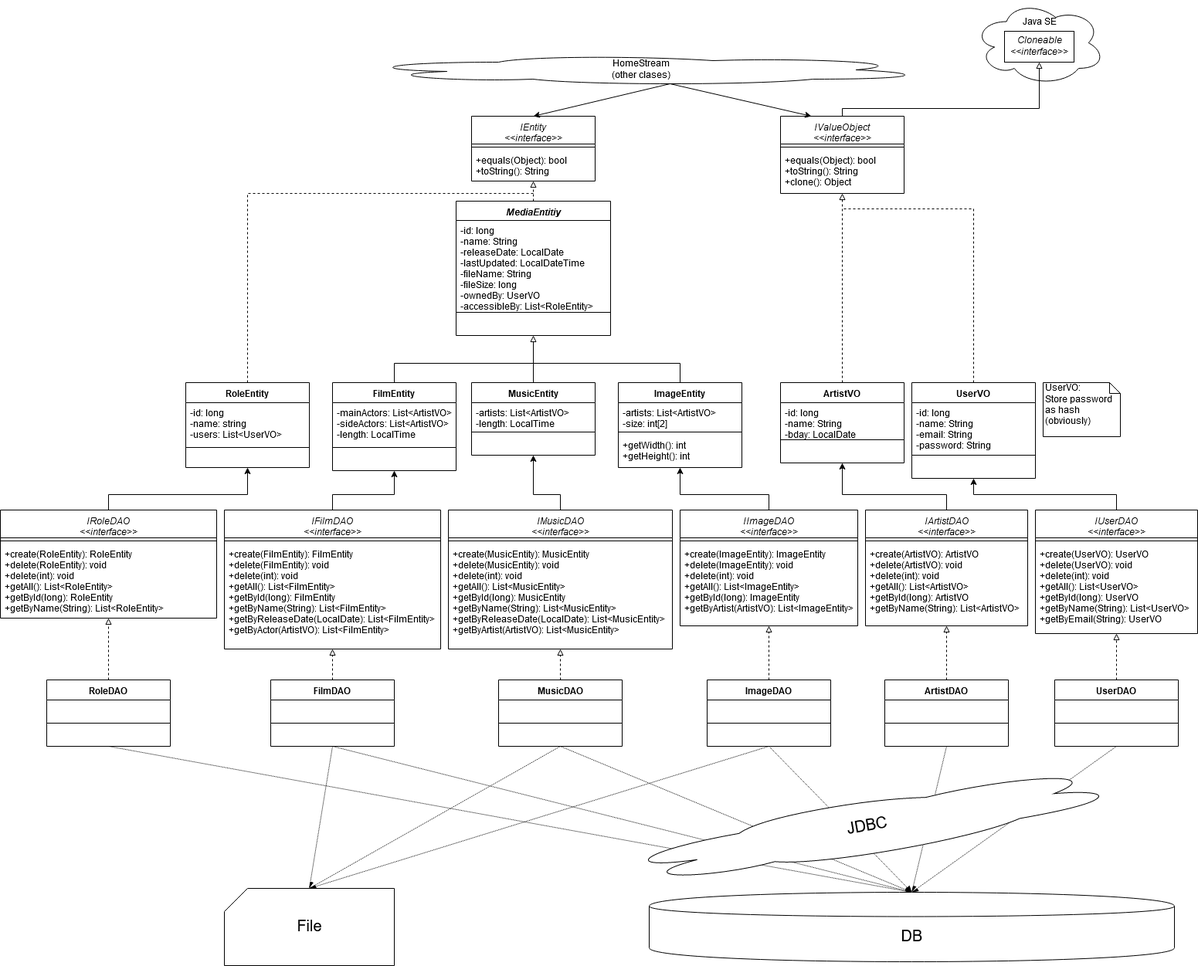
Before: tdoc/db/uml_layered_db_alpha.png, a diagram exported from draw.io (crashkid3000/HomeStream). Source tidied: cells renumbered, new cells last; positions are measured from the earlier drawing's top-left corner, leaving out a move shared by most shapes.
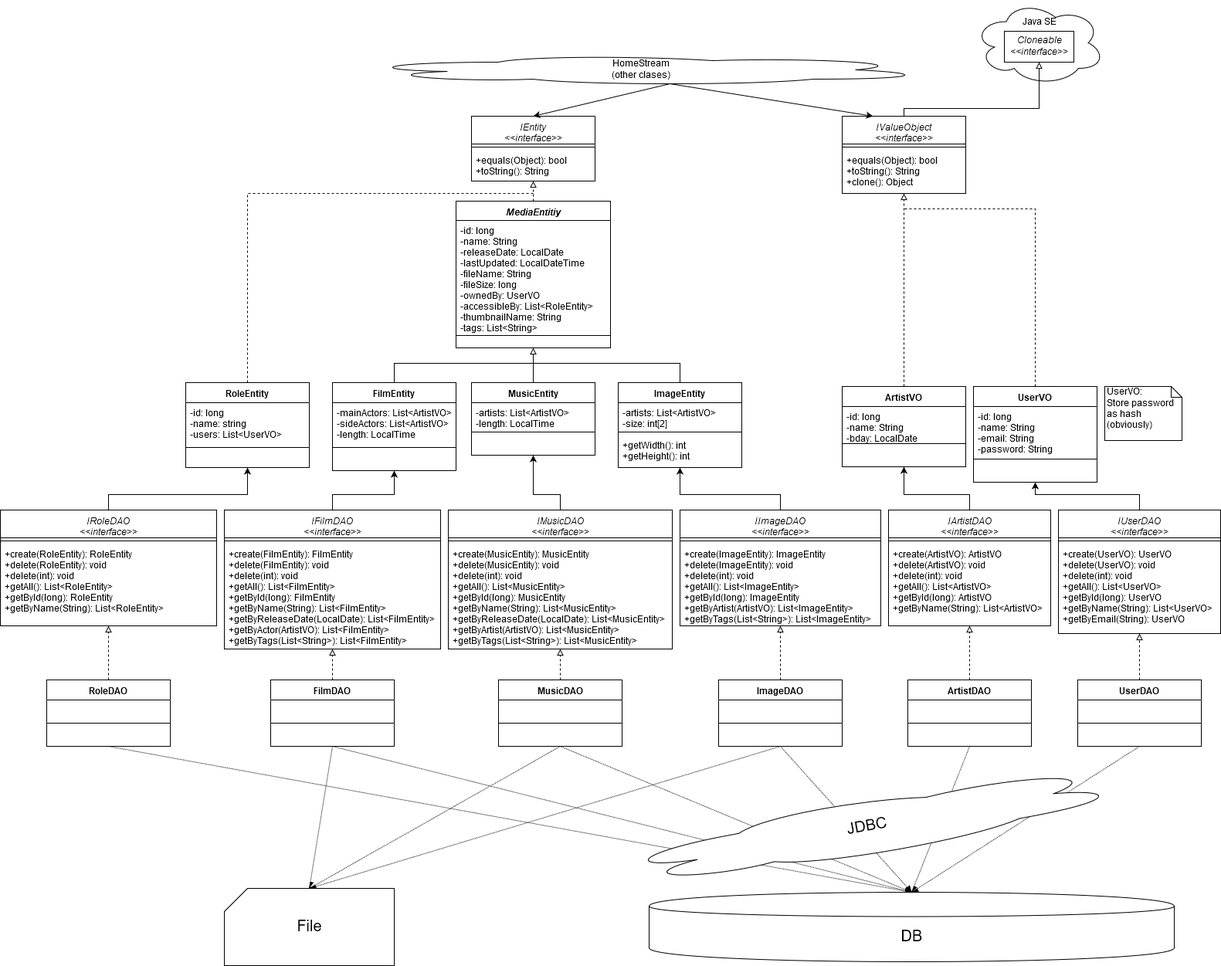
After the change.

Diff of the diagram source:
```diff
@@ -9,16 +9,16 @@
       <mxGeometry x="460" y="70" width="740" height="40" as="geometry" />
     </mxCell>
     <mxCell id="4" value="MediaEntitiy&#10;" style="swimlane;fontStyle=3;align=center;verticalAlign=top;horizontal=1;startSize=25;gradientColor=none;" parent="1" vertex="1">
-      <mxGeometry x="590" y="260" width="200" height="174" as="geometry" />
+      <mxGeometry x="590" y="260" width="200" height="190" as="geometry" />
     </mxCell>
-    <mxCell id="5" value="-id: long&#10;-name: String&#10;-releaseDate: LocalDate&#10;-lastUpdated: LocalDateTime&#10;-fileName: String&#10;-fileSize: long&#10;-ownedBy: UserVO&#10;-accessibleBy: List&lt;RoleEntity&gt;&#10;&#10;" style="text;strokeColor=none;fillColor=none;align=left;verticalAlign=top;spacingLeft=4;spacingRight=4;overflow=hidden;" parent="4" vertex="1">
-      <mxGeometry y="25" width="200" height="115" as="geometry" />
+    <mxCell id="5" value="-id: long&#10;-name: String&#10;-releaseDate: LocalDate&#10;-lastUpdated: LocalDateTime&#10;-fileName: String&#10;-fileSize: long&#10;-ownedBy: UserVO&#10;-accessibleBy: List&lt;RoleEntity&gt;&#10;-thumbnailName: String&#10;-tags: List&lt;String&gt;&#10;&#10;&#10;" style="text;strokeColor=none;fillColor=none;align=left;verticalAlign=top;spacingLeft=4;spacingRight=4;overflow=hidden;" parent="4" vertex="1">
+      <mxGeometry y="25" width="200" height="145" as="geometry" />
     </mxCell>
     <mxCell id="6" style="line;strokeWidth=1;fillColor=none;align=left;verticalAlign=middle;spacingTop=-1;spacingLeft=3;spacingRight=3;labelPosition=right;" parent="4" vertex="1">
-      <mxGeometry y="140" width="200" height="8" as="geometry" />
+      <mxGeometry y="170" width="200" height="8" as="geometry" />
     </mxCell>
     <mxCell id="7" value=" " style="text;strokeColor=none;fillColor=none;align=left;verticalAlign=top;spacingLeft=4;spacingRight=4;overflow=hidden;" parent="4" vertex="1">
-      <mxGeometry y="148" width="200" height="26" as="geometry" />
+      <mxGeometry y="178" width="200" height="12" as="geometry" />
     </mxCell>
     <mxCell id="8" value="&lt;div&gt;&lt;i&gt;Cloneable&lt;/i&gt;&lt;/div&gt;&lt;div&gt;&lt;i&gt;&amp;lt;&amp;lt;interface&amp;gt;&amp;gt;&lt;br&gt;&lt;/i&gt;&lt;/div&gt;" style="whiteSpace=wrap;html=1;gradientColor=none;glass=0;rounded=0;shadow=0;comic=0;" parent="1" vertex="1">
       <mxGeometry x="1300" y="40" width="90" height="40" as="geometry" />
@@ -26,7 +26,7 @@
     <mxCell id="9" style="endArrow=block;html=1;entryX=0.5;entryY=1;entryDx=0;entryDy=0;exitX=0.5;exitY=0;exitDx=0;exitDy=0;rounded=0;endFill=0;" parent="1" edge="1" source="13" target="8">
       <mxGeometry relative="1" as="geometry">
         <Array as="points">
-          <mxPoint x="1090" y="140" />
+          <mxPoint x="1170" y="140" />
           <mxPoint x="1345" y="140" />
         </Array>
       </mxGeometry>
@@ -41,7 +41,7 @@
       <mxGeometry y="44" width="160" height="40" as="geometry" />
     </mxCell>
     <mxCell id="13" value="IValueObject&#10;&lt;&lt;interface&gt;&gt;&#10;" style="swimlane;fontStyle=2;align=center;verticalAlign=top;horizontal=1;startSize=36;rounded=0;shadow=0;glass=0;comic=0;gradientColor=none;" parent="1" vertex="1">
-      <mxGeometry x="1010" y="150" width="160" height="100" as="geometry" />
+      <mxGeometry x="1090" y="150" width="160" height="100" as="geometry" />
     </mxCell>
     <mxCell id="14" style="line;strokeWidth=1;fillColor=none;align=left;verticalAlign=middle;spacingTop=-1;spacingLeft=3;spacingRight=3;labelPosition=right;" parent="13" vertex="1">
       <mxGeometry y="36" width="160" height="8" as="geometry" />
@@ -62,7 +62,7 @@
       <mxGeometry y="88" width="160" height="26" as="geometry" />
     </mxCell>
     <mxCell id="20" value="ArtistVO" style="swimlane;fontStyle=1;align=center;verticalAlign=top;horizontal=1;startSize=26;rounded=0;shadow=0;glass=0;comic=0;gradientColor=none;" parent="1" vertex="1">
-      <mxGeometry x="1010" y="495" width="160" height="104" as="geometry" />
+      <mxGeometry x="1090" y="500" width="160" height="104" as="geometry" />
     </mxCell>
     <mxCell id="21" value="-id: long&#10;-name: String&#10;-bday: LocalDate&#10;" style="text;strokeColor=none;fillColor=none;align=left;verticalAlign=top;spacingLeft=4;spacingRight=4;overflow=hidden;" parent="20" vertex="1">
       <mxGeometry y="26" width="160" height="44" as="geometry" />
@@ -131,17 +131,17 @@
     <mxCell id="39" style="line;strokeWidth=1;fillColor=none;align=left;verticalAlign=middle;spacingTop=-1;spacingLeft=3;spacingRight=3;labelPosition=right;" parent="38" vertex="1">
       <mxGeometry y="36" width="280" height="8" as="geometry" />
     </mxCell>
-    <mxCell id="40" value="+create(FilmEntity): FilmEntity&#10;+delete(FilmEntity): void&#10;+delete(int): void&#10;+getAll(): List&lt;FilmEntity&gt;&#10;+getById(long): FilmEntity&#10;+getByName(String): List&lt;FilmEntity&gt;&#10;+getByReleaseDate(LocalDate): List&lt;FilmEntity&gt;&#10;+getByActor(ArtistVO): List&lt;FilmEntity&gt;&#10;" style="text;strokeColor=none;fillColor=none;align=left;verticalAlign=top;spacingLeft=4;spacingRight=4;overflow=hidden;" parent="38" vertex="1">
+    <mxCell id="40" value="+create(FilmEntity): FilmEntity&#10;+delete(FilmEntity): void&#10;+delete(int): void&#10;+getAll(): List&lt;FilmEntity&gt;&#10;+getById(long): FilmEntity&#10;+getByName(String): List&lt;FilmEntity&gt;&#10;+getByReleaseDate(LocalDate): List&lt;FilmEntity&gt;&#10;+getByActor(ArtistVO): List&lt;FilmEntity&gt;&#10;+getByTags(List&lt;String&gt;): List&lt;FilmEntity&gt;&#10;&#10;" style="text;strokeColor=none;fillColor=none;align=left;verticalAlign=top;spacingLeft=4;spacingRight=4;overflow=hidden;" parent="38" vertex="1">
       <mxGeometry y="44" width="280" height="136" as="geometry" />
     </mxCell>
     <mxCell id="41" value="IImageDAO&#10;&lt;&lt;interface&gt;&gt;&#10;" style="swimlane;fontStyle=2;align=center;verticalAlign=top;horizontal=1;startSize=36;rounded=0;shadow=0;glass=0;comic=0;gradientColor=none;" parent="1" vertex="1">
-      <mxGeometry x="880" y="660" width="230" height="150" as="geometry" />
+      <mxGeometry x="880" y="660" width="260" height="150" as="geometry" />
     </mxCell>
     <mxCell id="42" style="line;strokeWidth=1;fillColor=none;align=left;verticalAlign=middle;spacingTop=-1;spacingLeft=3;spacingRight=3;labelPosition=right;" parent="41" vertex="1">
-      <mxGeometry y="36" width="230" height="8" as="geometry" />
+      <mxGeometry y="36" width="260" height="8" as="geometry" />
     </mxCell>
-    <mxCell id="43" value="+create(ImageEntity): ImageEntity&#10;+delete(ImageEntity): void&#10;+delete(int): void&#10;+getAll(): List&lt;ImageEntity&gt;&#10;+getById(long): ImageEntity&#10;+getByArtist(ArtistVO): List&lt;ImageEntity&gt;&#10;&#10;" style="text;strokeColor=none;fillColor=none;align=left;verticalAlign=top;spacingLeft=4;spacingRight=4;overflow=hidden;" parent="41" vertex="1">
-      <mxGeometry y="44" width="230" height="106" as="geometry" />
+    <mxCell id="43" value="+create(ImageEntity): ImageEntity&#10;+delete(ImageEntity): void&#10;+delete(int): void&#10;+getAll(): List&lt;ImageEntity&gt;&#10;+getById(long): ImageEntity&#10;+getByArtist(ArtistVO): List&lt;ImageEntity&gt;&#10;+getByTags(List&lt;String&gt;): List&lt;ImageEntity&gt;&#10;&#10;" style="text;strokeColor=none;fillColor=none;align=left;verticalAlign=top;spacingLeft=4;spacingRight=4;overflow=hidden;" parent="41" vertex="1">
+      <mxGeometry y="44" width="260" height="106" as="geometry" />
     </mxCell>
     <mxCell id="44" value="IMusicDAO&#10;&lt;&lt;interface&gt;&gt;&#10;" style="swimlane;fontStyle=2;align=center;verticalAlign=top;horizontal=1;startSize=36;rounded=0;shadow=0;glass=0;comic=0;gradientColor=none;" parent="1" vertex="1">
       <mxGeometry x="580" y="660" width="290" height="180" as="geometry" />
@@ -149,11 +149,11 @@
     <mxCell id="45" style="line;strokeWidth=1;fillColor=none;align=left;verticalAlign=middle;spacingTop=-1;spacingLeft=3;spacingRight=3;labelPosition=right;" parent="44" vertex="1">
       <mxGeometry y="36" width="290" height="8" as="geometry" />
     </mxCell>
-    <mxCell id="46" value="+create(MusicEntity): MusicEntity&#10;+delete(MusicEntity): void&#10;+delete(int): void&#10;+getAll(): List&lt;MusicEntity&gt;&#10;+getById(long): MusicEntity&#10;+getByName(String): List&lt;MusicEntity&gt;&#10;+getByReleaseDate(LocalDate): List&lt;MusicEntity&gt;&#10;+getByArtist(ArtistVO): List&lt;MusicEntity&gt;&#10; " style="text;strokeColor=none;fillColor=none;align=left;verticalAlign=top;spacingLeft=4;spacingRight=4;overflow=hidden;" parent="44" vertex="1">
+    <mxCell id="46" value="+create(MusicEntity): MusicEntity&#10;+delete(MusicEntity): void&#10;+delete(int): void&#10;+getAll(): List&lt;MusicEntity&gt;&#10;+getById(long): MusicEntity&#10;+getByName(String): List&lt;MusicEntity&gt;&#10;+getByReleaseDate(LocalDate): List&lt;MusicEntity&gt;&#10;+getByArtist(ArtistVO): List&lt;MusicEntity&gt;&#10;+getByTags(List&lt;String&gt;): List&lt;MusicEntity&gt; " style="text;strokeColor=none;fillColor=none;align=left;verticalAlign=top;spacingLeft=4;spacingRight=4;overflow=hidden;" parent="44" vertex="1">
       <mxGeometry y="44" width="290" height="136" as="geometry" />
     </mxCell>
     <mxCell id="47" value="IArtistDAO&#10;&lt;&lt;interface&gt;&gt;&#10;" style="swimlane;fontStyle=2;align=center;verticalAlign=top;horizontal=1;startSize=36;rounded=0;shadow=0;glass=0;comic=0;gradientColor=none;" parent="1" vertex="1">
-      <mxGeometry x="1120" y="660" width="210" height="150" as="geometry" />
+      <mxGeometry x="1150" y="660" width="210" height="150" as="geometry" />
     </mxCell>
     <mxCell id="48" style="line;strokeWidth=1;fillColor=none;align=left;verticalAlign=middle;spacingTop=-1;spacingLeft=3;spacingRight=3;labelPosition=right;" parent="47" vertex="1">
       <mxGeometry y="36" width="210" height="8" as="geometry" />
@@ -162,7 +162,7 @@
       <mxGeometry y="44" width="210" height="106" as="geometry" />
     </mxCell>
     <mxCell id="50" value="UserVO" style="swimlane;fontStyle=1;align=center;verticalAlign=top;horizontal=1;startSize=26;rounded=0;shadow=0;glass=0;comic=0;gradientColor=none;" parent="1" vertex="1">
-      <mxGeometry x="1180" y="495" width="160" height="124" as="geometry" />
+      <mxGeometry x="1260" y="500" width="160" height="124" as="geometry" />
     </mxCell>
     <mxCell id="51" value="-id: long&#10;-name: String&#10;-email: String&#10;-password: String&#10;&#10;" style="text;strokeColor=none;fillColor=none;align=left;verticalAlign=top;spacingLeft=4;spacingRight=4;overflow=hidden;" parent="50" vertex="1">
       <mxGeometry y="26" width="160" height="64" as="geometry" />
@@ -174,10 +174,10 @@
       <mxGeometry y="98" width="160" height="26" as="geometry" />
     </mxCell>
     <mxCell id="54" value="&lt;div&gt;UserVO:&lt;/div&gt;&lt;div&gt;Store password as hash (obviously)&lt;br&gt;&lt;/div&gt;" style="shape=note;whiteSpace=wrap;html=1;size=14;verticalAlign=top;align=left;spacingTop=-6;" parent="1" vertex="1">
-      <mxGeometry x="1350" y="495" width="100" height="70" as="geometry" />
+      <mxGeometry x="1430" y="500" width="100" height="70" as="geometry" />
     </mxCell>
     <mxCell id="55" value="IUserDAO&#10;&lt;&lt;interface&gt;&gt;&#10;" style="swimlane;fontStyle=2;align=center;verticalAlign=top;horizontal=1;startSize=36;rounded=0;shadow=0;glass=0;comic=0;gradientColor=none;" parent="1" vertex="1">
-      <mxGeometry x="1340" y="660" width="210" height="160" as="geometry" />
+      <mxGeometry x="1370" y="660" width="210" height="160" as="geometry" />
     </mxCell>
     <mxCell id="56" style="line;strokeWidth=1;fillColor=none;align=left;verticalAlign=middle;spacingTop=-1;spacingLeft=3;spacingRight=3;labelPosition=right;" parent="55" vertex="1">
       <mxGeometry y="36" width="210" height="8" as="geometry" />
@@ -207,20 +207,20 @@
     </mxCell>
     <mxCell id="63" style="endArrow=none;dashed=1;html=1;exitX=0.5;exitY=0;exitDx=0;exitDy=0;rounded=0;" parent="1" edge="1" source="50">
       <mxGeometry relative="1" as="geometry">
-        <mxPoint x="1090" y="270" as="targetPoint" />
+        <mxPoint x="1170" y="270" as="targetPoint" />
         <Array as="points">
-          <mxPoint x="1260" y="270" />
+          <mxPoint x="1340" y="270" />
         </Array>
       </mxGeometry>
     </mxCell>
     <mxCell id="64" value="IRoleDAO&#10;&lt;&lt;interface&gt;&gt;&#10;" style="swimlane;fontStyle=2;align=center;verticalAlign=top;horizontal=1;startSize=36;rounded=0;shadow=0;glass=0;comic=0;gradientColor=none;" parent="1" vertex="1">
-      <mxGeometry y="660" width="280" height="140" as="geometry" />
+      <mxGeometry y="660" width="280" height="150" as="geometry" />
     </mxCell>
     <mxCell id="65" style="line;strokeWidth=1;fillColor=none;align=left;verticalAlign=middle;spacingTop=-1;spacingLeft=3;spacingRight=3;labelPosition=right;" parent="64" vertex="1">
       <mxGeometry y="36" width="280" height="8" as="geometry" />
     </mxCell>
-    <mxCell id="66" value="+create(RoleEntity): RoleEntity&#10;+delete(RoleEntity): void&#10;+delete(int): void&#10;+getAll(): List&lt;RoleEntity&gt;&#10;+getById(long): RoleEntity&#10;+getByName(String): List&lt;RoleEntity&gt;&#10;" style="text;strokeColor=none;fillColor=none;align=left;verticalAlign=top;spacingLeft=4;spacingRight=4;overflow=hidden;" parent="64" vertex="1">
-      <mxGeometry y="44" width="280" height="96" as="geometry" />
+    <mxCell id="66" value="+create(RoleEntity): RoleEntity&#10;+delete(RoleEntity): void&#10;+delete(int): void&#10;+getAll(): List&lt;RoleEntity&gt;&#10;+getById(long): RoleEntity&#10;+getByName(String): List&lt;RoleEntity&gt;" style="text;strokeColor=none;fillColor=none;align=left;verticalAlign=top;spacingLeft=4;spacingRight=4;overflow=hidden;" parent="64" vertex="1">
+      <mxGeometry y="44" width="280" height="106" as="geometry" />
     </mxCell>
     <mxCell id="67" style="endArrow=classic;html=1;entryX=0.5;entryY=1;entryDx=0;entryDy=0;exitX=0.5;exitY=0;exitDx=0;exitDy=0;rounded=0;" parent="1" edge="1" source="64" target="58">
       <mxGeometry relative="1" as="geometry">
@@ -249,7 +249,7 @@
     <mxCell id="70" style="endArrow=classic;html=1;entryX=0.5;entryY=1;entryDx=0;entryDy=0;exitX=0.5;exitY=0;exitDx=0;exitDy=0;rounded=0;" parent="1" edge="1" source="41" target="31">
       <mxGeometry relative="1" as="geometry">
         <Array as="points">
-          <mxPoint x="995" y="640" />
+          <mxPoint x="1010" y="640" />
           <mxPoint x="880" y="640" />
         </Array>
       </mxGeometry>
@@ -257,16 +257,16 @@
     <mxCell id="71" style="endArrow=classic;html=1;entryX=0.5;entryY=1;entryDx=0;entryDy=0;exitX=0.5;exitY=0;exitDx=0;exitDy=0;rounded=0;" parent="1" edge="1" source="47" target="20">
       <mxGeometry relative="1" as="geometry">
         <Array as="points">
-          <mxPoint x="1225" y="640" />
-          <mxPoint x="1090" y="640" />
+          <mxPoint x="1255" y="640" />
+          <mxPoint x="1170" y="640" />
         </Array>
       </mxGeometry>
     </mxCell>
     <mxCell id="72" style="endArrow=classic;html=1;entryX=0.5;entryY=1;entryDx=0;entryDy=0;exitX=0.5;exitY=0;exitDx=0;exitDy=0;rounded=0;" parent="1" edge="1" source="55" target="50">
       <mxGeometry relative="1" as="geometry">
         <Array as="points">
-          <mxPoint x="1445" y="640" />
-          <mxPoint x="1260" y="640" />
+          <mxPoint x="1475" y="640" />
+          <mxPoint x="1340" y="640" />
         </Array>
       </mxGeometry>
     </mxCell>
@@ -289,7 +289,7 @@
       <mxGeometry relative="1" as="geometry" />
     </mxCell>
     <mxCell id="79" value="UserDAO" style="swimlane;fontStyle=1;align=center;verticalAlign=top;horizontal=1;startSize=26;" parent="1" vertex="1">
-      <mxGeometry x="1365" y="880" width="160" height="86" as="geometry" />
+      <mxGeometry x="1395" y="880" width="160" height="86" as="geometry" />
     </mxCell>
     <mxCell id="80" value=" " style="text;strokeColor=none;fillColor=none;align=left;verticalAlign=top;spacingLeft=4;spacingRight=4;overflow=hidden;" parent="79" vertex="1">
       <mxGeometry y="26" width="160" height="26" as="geometry" />
@@ -304,7 +304,7 @@
       <mxGeometry relative="1" as="geometry" />
     </mxCell>
     <mxCell id="84" value="ArtistDAO" style="swimlane;fontStyle=1;align=center;verticalAlign=top;horizontal=1;startSize=26;" parent="1" vertex="1">
-      <mxGeometry x="1145" y="880" width="160" height="86" as="geometry" />
+      <mxGeometry x="1175" y="880" width="160" height="86" as="geometry" />
     </mxCell>
     <mxCell id="85" value=" " style="text;strokeColor=none;fillColor=none;align=left;verticalAlign=top;spacingLeft=4;spacingRight=4;overflow=hidden;" parent="84" vertex="1">
       <mxGeometry y="26" width="160" height="26" as="geometry" />
@@ -322,7 +322,7 @@
       <mxGeometry relative="1" as="geometry" />
     </mxCell>
     <mxCell id="90" value="ImageDAO" style="swimlane;fontStyle=1;align=center;verticalAlign=top;horizontal=1;startSize=26;" parent="1" vertex="1">
-      <mxGeometry x="915" y="880" width="160" height="86" as="geometry" />
+      <mxGeometry x="930" y="880" width="160" height="86" as="geometry" />
     </mxCell>
     <mxCell id="91" value=" " style="text;strokeColor=none;fillColor=none;align=left;verticalAlign=top;spacingLeft=4;spacingRight=4;overflow=hidden;" parent="90" vertex="1">
       <mxGeometry y="26" width="160" height="26" as="geometry" />
```
